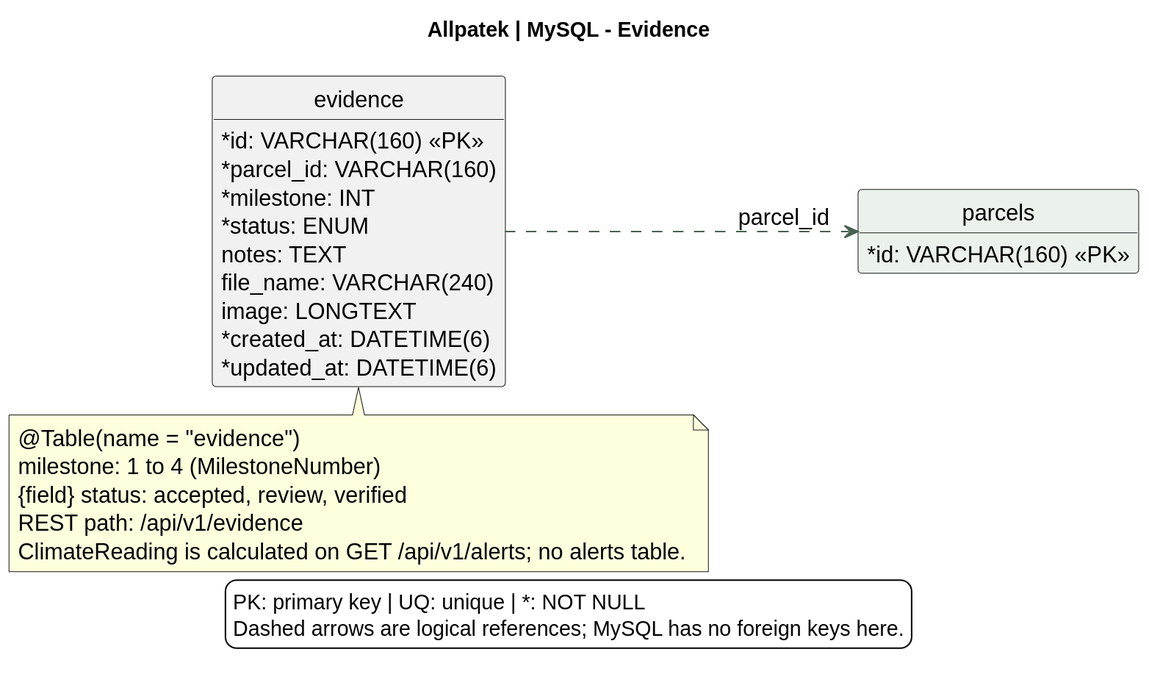
This is assets/chapter-04/architecture/17-database-monitoring.svg from upc-pre-202620-1asi0729-7753-Terranova/allpatek-report, a PlantUML export, as it was before one commit.
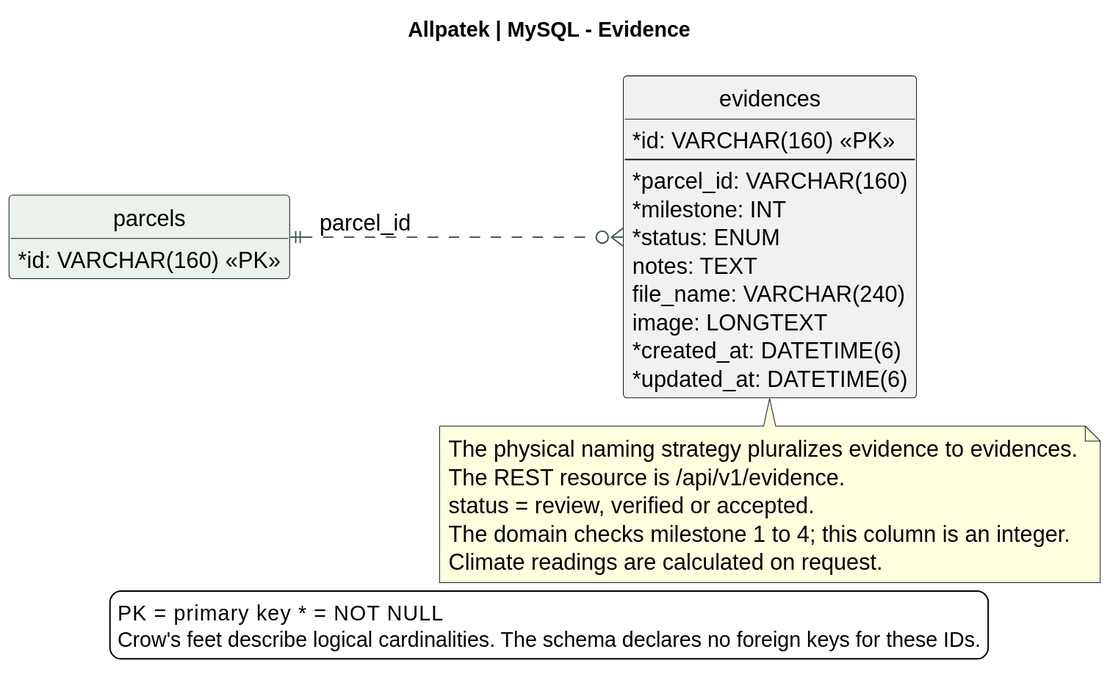
The same diagram one commit later.

Commit message:
docs(database): specify evidence columns and constraints

What changed in the source:
```diff
@@ -11,8 +11,9 @@
 hide circle
 title Allpatek | MySQL - Evidence
 left to right direction
-entity "evidence" as evidence {
+entity "evidences" as evidence {
   {field} * id: VARCHAR(160) <<PK>>
+  --
   {field} * parcel_id: VARCHAR(160)
   {field} * milestone: INT
   {field} * status: ENUM
@@ -25,16 +26,16 @@
 entity "parcels" as parcel #EAF2EB {
   {field} * id: VARCHAR(160) <<PK>>
 }
-evidence ..> parcel : parcel_id
+parcel ||..o{ evidence : parcel_id
 note bottom of evidence
-  @Table(name = "evidence")
-  milestone: 1 to 4 (MilestoneNumber)
-  {field} status: accepted, review, verified
-  REST path: /api/v1/evidence
-  ClimateReading is calculated on GET /api/v1/alerts; no alerts table.
+  The physical naming strategy pluralizes evidence to evidences.
+  The REST resource is /api/v1/evidence.
+  status = review, verified or accepted.
+  The domain checks milestone 1 to 4; this column is an integer.
+  Climate readings are calculated on request.
 end note
 legend bottom
-PK: primary key | UQ: unique | *: NOT NULL
-Dashed arrows are logical references; MySQL has no foreign keys here.
+PK = primary key     * = NOT NULL
+Crow's feet describe logical cardinalities. The schema declares no foreign keys for these IDs.
 endlegend
 @enduml
```
